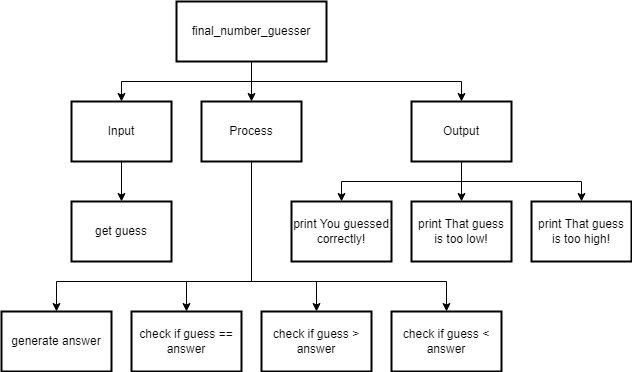
This is drawio/topDownDesign/topDownDesign.png from Aidan-Lalonde-Novales/ICS3U-Unit4-04-Python, a draw.io export, as it was before one commit. Source tidied: cells renumbered, new cells last; positions are measured from the earlier drawing's top-left corner, leaving out a move shared by most shapes.
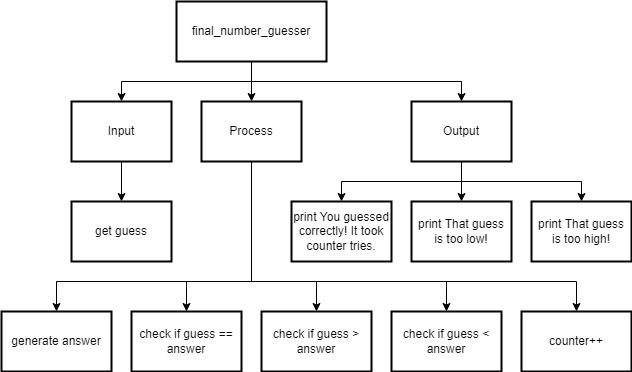
The same file after the commit.

The edit, as a diff of the source:
```diff
@@ -34,6 +34,14 @@
         </Array>
       </mxGeometry>
     </mxCell>
+    <mxCell id="25" style="edgeStyle=none;html=1;exitX=0.5;exitY=1;exitDx=0;exitDy=0;entryX=0.5;entryY=0;entryDx=0;entryDy=0;rounded=0;" parent="1" edge="1" source="6" target="26">
+      <mxGeometry relative="1" as="geometry">
+        <Array as="points">
+          <mxPoint x="250" y="280" />
+          <mxPoint x="575" y="280" />
+        </Array>
+      </mxGeometry>
+    </mxCell>
     <mxCell id="6" value="Process" style="rounded=0;whiteSpace=wrap;html=1;absoluteArcSize=1;arcSize=14;strokeWidth=2;" parent="1" vertex="1">
       <mxGeometry x="200" y="100" width="100" height="60" as="geometry" />
     </mxCell>
@@ -90,7 +98,7 @@
     <mxCell id="17" value="get guess" style="rounded=0;whiteSpace=wrap;html=1;absoluteArcSize=1;arcSize=14;strokeWidth=2;" parent="1" vertex="1">
       <mxGeometry x="70" y="200" width="100" height="60" as="geometry" />
     </mxCell>
-    <mxCell id="18" value="print You guessed correctly!" style="rounded=0;whiteSpace=wrap;html=1;absoluteArcSize=1;arcSize=14;strokeWidth=2;" parent="1" vertex="1">
+    <mxCell id="18" value="print You guessed correctly! It took counter tries." style="rounded=0;whiteSpace=wrap;html=1;absoluteArcSize=1;arcSize=14;strokeWidth=2;" parent="1" vertex="1">
       <mxGeometry x="290" y="200" width="100" height="60" as="geometry" />
     </mxCell>
     <mxCell id="19" value="generate answer" style="rounded=0;whiteSpace=wrap;html=1;absoluteArcSize=1;arcSize=14;strokeWidth=2;" parent="1" vertex="1">
@@ -111,5 +119,8 @@
     <mxCell id="24" value="print That guess is too high!" style="rounded=0;whiteSpace=wrap;html=1;absoluteArcSize=1;arcSize=14;strokeWidth=2;" parent="1" vertex="1">
       <mxGeometry x="530" y="200" width="100" height="60" as="geometry" />
     </mxCell>
+    <mxCell id="26" value="counter++" style="rounded=0;whiteSpace=wrap;html=1;absoluteArcSize=1;arcSize=14;strokeWidth=2;" parent="1" vertex="1">
+      <mxGeometry x="520" y="310" width="110" height="60" as="geometry" />
+    </mxCell>
   </root>
 </mxGraphModel>
```
